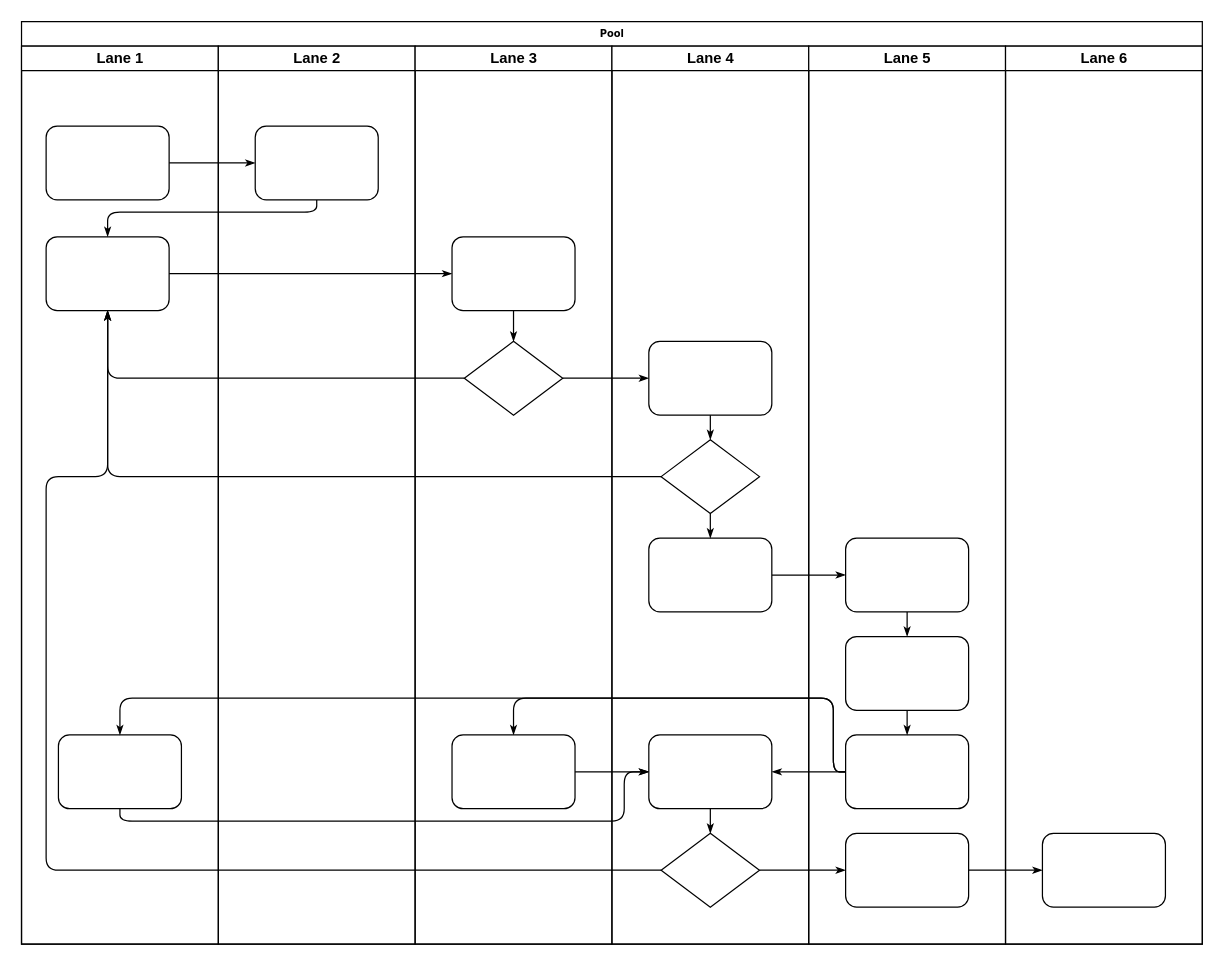
Earlier version of the draw.io diagram fluxograma-rac-log.drawio (caianesantos/ucsal). Source tidied: cells renumbered, new cells numbered last; positions are measured from the earlier drawing's top-left corner, leaving out a move shared by most shapes. Both pictures are drawn from the tidied source at 123%, with x=0, y=0 at pixel (21, 21).
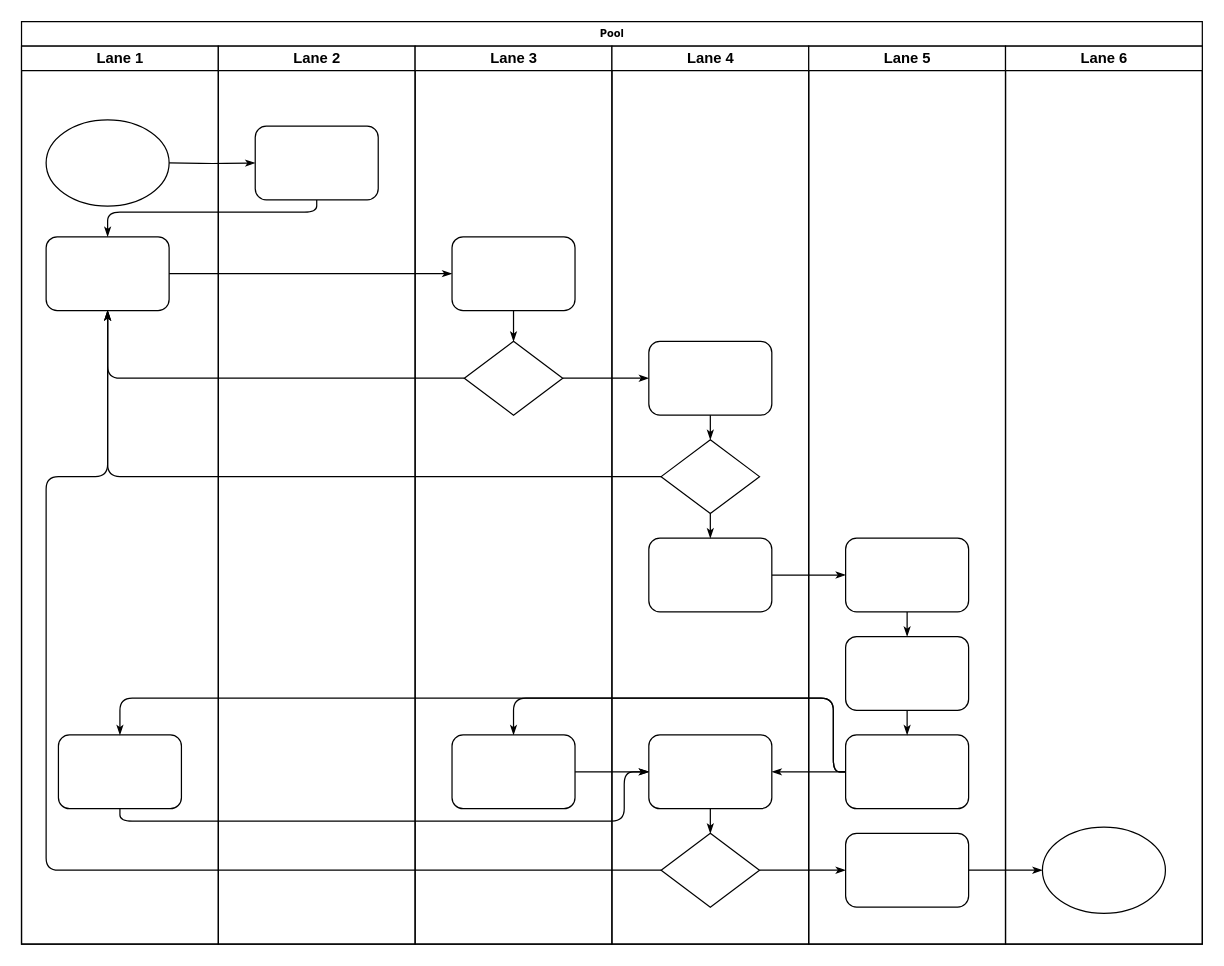
The same diagram, later.

The change refers to these unchanged cells:
```xml
<mxCell id="2" value="Pool" style="swimlane;html=1;startSize=20;rounded=0;shadow=0;labelBackgroundColor=none;strokeWidth=1;fontFamily=Verdana;fontSize=8;align=center;" parent="1" vertex="1">
  <mxGeometry width="960" height="750" as="geometry" />
</mxCell>
<mxCell id="3" value="Lane 1" style="swimlane;html=1;startSize=20;" parent="2" vertex="1">
  <mxGeometry y="20" width="160" height="730" as="geometry" />
</mxCell>
<mxCell id="23" style="rounded=1;whiteSpace=wrap;html=1;shadow=0;labelBackgroundColor=none;strokeWidth=1;fontFamily=Verdana;fontSize=8;align=center;" parent="22" vertex="1">
  <mxGeometry x="30" y="65" width="100" height="60" as="geometry" />
</mxCell>
<mxCell id="42" style="rounded=1;whiteSpace=wrap;html=1;shadow=0;labelBackgroundColor=none;strokeWidth=1;fontFamily=Verdana;fontSize=8;align=center;" parent="38" vertex="1">
  <mxGeometry x="30" y="640" width="100" height="60" as="geometry" />
</mxCell>
<mxCell id="45" value="Lane 6" style="swimlane;html=1;startSize=20;" parent="2" vertex="1">
  <mxGeometry x="800" y="20" width="160" height="730" as="geometry" />
</mxCell>
```

Diff of the diagram source:
```diff
@@
-    <mxCell id="4" style="rounded=1;whiteSpace=wrap;html=1;shadow=0;labelBackgroundColor=none;strokeWidth=1;fontFamily=Verdana;fontSize=8;align=center;" parent="3" vertex="1">
-      <mxGeometry x="20" y="65" width="100" height="60" as="geometry" />
-    </mxCell>
@@
+    <mxCell id="47" style="ellipse;whiteSpace=wrap;html=1;" parent="3" vertex="1">
+      <mxGeometry x="20" y="60" width="100" height="70" as="geometry" />
+    </mxCell>
-    <mxCell id="7" style="edgeStyle=orthogonalEdgeStyle;rounded=1;html=1;labelBackgroundColor=none;startArrow=none;startFill=0;startSize=5;endArrow=classicThin;endFill=1;endSize=5;jettySize=auto;strokeWidth=1;fontFamily=Verdana;fontSize=8;" parent="2" edge="1" source="4" target="23">
-      <mxGeometry relative="1" as="geometry" />
+    <mxCell id="7" style="edgeStyle=orthogonalEdgeStyle;rounded=1;html=1;labelBackgroundColor=none;startArrow=none;startFill=0;startSize=5;endArrow=classicThin;endFill=1;endSize=5;jettySize=auto;strokeWidth=1;fontFamily=Verdana;fontSize=8;" parent="2" edge="1" target="23">
+      <mxGeometry relative="1" as="geometry">
+        <mxPoint x="120" y="115" as="sourcePoint" />
+      </mxGeometry>
     </mxCell>
@@
-    <mxCell id="15" style="edgeStyle=orthogonalEdgeStyle;rounded=1;html=1;labelBackgroundColor=none;startArrow=none;startFill=0;startSize=5;endArrow=classicThin;endFill=1;endSize=5;jettySize=auto;strokeWidth=1;fontFamily=Verdana;fontSize=8;" parent="2" edge="1" source="42" target="46">
-      <mxGeometry relative="1" as="geometry" />
+    <mxCell id="15" style="edgeStyle=orthogonalEdgeStyle;rounded=1;html=1;labelBackgroundColor=none;startArrow=none;startFill=0;startSize=5;endArrow=classicThin;endFill=1;endSize=5;jettySize=auto;strokeWidth=1;fontFamily=Verdana;fontSize=8;" parent="2" edge="1" source="42">
+      <mxGeometry relative="1" as="geometry">
+        <mxPoint x="830" y="690" as="targetPoint" />
+      </mxGeometry>
     </mxCell>
@@
-    <mxCell id="46" style="rounded=1;whiteSpace=wrap;html=1;shadow=0;labelBackgroundColor=none;strokeWidth=1;fontFamily=Verdana;fontSize=8;align=center;" parent="45" vertex="1">
-      <mxGeometry x="30" y="640" width="100" height="60" as="geometry" />
-    </mxCell>
+    <mxCell id="48" style="ellipse;whiteSpace=wrap;html=1;" parent="45" vertex="1">
+      <mxGeometry x="30" y="635" width="100" height="70" as="geometry" />
+    </mxCell>
```
